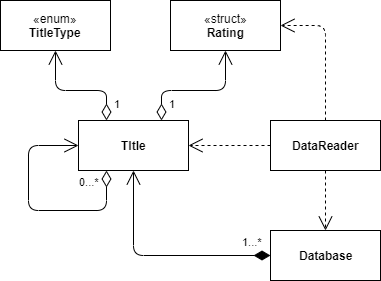
Before: Images/DiagramaUML.png, a diagram exported from draw.io (RodrigoPrinheiro/LP2_P1). Source tidied: cells renumbered, new cells last; positions are measured from the earlier drawing's top-left corner, leaving out a move shared by most shapes.
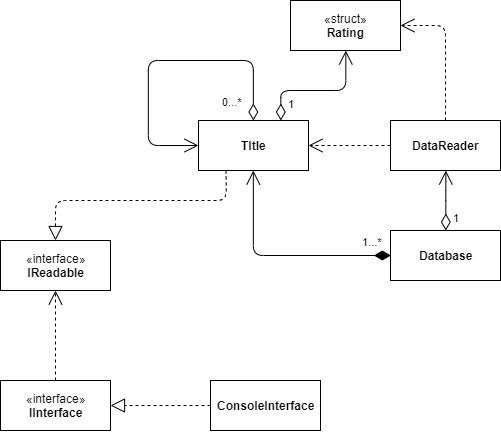
After the commit.

Commit message:
Updated readme and UML diagram

What changed in the source:
```diff
@@ -2,9 +2,6 @@
   <root>
     <mxCell id="0" />
     <mxCell id="1" parent="0" />
-    <mxCell id="2" value="«enum»&lt;br&gt;&lt;b&gt;TitleType&lt;/b&gt;" style="html=1;" parent="1" vertex="1">
-      <mxGeometry width="110" height="50" as="geometry" />
-    </mxCell>
     <mxCell id="3" value="&lt;b&gt;TItle&lt;br&gt;&lt;/b&gt;" style="html=1;" parent="1" vertex="1">
       <mxGeometry x="78" y="120" width="110" height="50" as="geometry" />
     </mxCell>
@@ -19,11 +16,11 @@
         </Array>
       </mxGeometry>
     </mxCell>
-    <mxCell id="6" value="0...*" style="endArrow=open;html=1;endSize=12;startArrow=diamondThin;startSize=14;startFill=0;edgeStyle=orthogonalEdgeStyle;align=left;verticalAlign=bottom;exitX=0.25;exitY=1;exitDx=0;exitDy=0;" parent="1" edge="1" source="3" target="3">
-      <mxGeometry x="-0.41" y="-20" relative="1" as="geometry">
+    <mxCell id="6" value="0...*" style="endArrow=open;html=1;endSize=12;startArrow=diamondThin;startSize=14;startFill=0;edgeStyle=orthogonalEdgeStyle;align=left;verticalAlign=bottom;exitX=0.5;exitY=0;exitDx=0;exitDy=0;" parent="1" edge="1" source="3" target="3">
+      <mxGeometry x="-0.38" y="50" relative="1" as="geometry">
         <Array as="points">
-          <mxPoint x="106" y="210" />
-          <mxPoint x="28" y="210" />
+          <mxPoint x="133" y="60" />
+          <mxPoint x="28" y="60" />
           <mxPoint x="28" y="145" />
         </Array>
       </mxGeometry>
@@ -31,23 +28,12 @@
     <mxCell id="7" style="endArrow=open;endSize=12;dashed=1;html=1;exitX=0;exitY=0.5;exitDx=0;exitDy=0;entryX=1;entryY=0.5;entryDx=0;entryDy=0;" parent="1" edge="1" source="4" target="3">
       <mxGeometry y="-25" relative="1" as="geometry" />
     </mxCell>
-    <mxCell id="8" value="&lt;br&gt;" style="endArrow=open;endSize=12;dashed=1;html=1;exitX=0.5;exitY=1;exitDx=0;exitDy=0;" parent="1" edge="1" source="4" target="9">
-      <mxGeometry x="-0.33" y="5" relative="1" as="geometry" />
-    </mxCell>
     <mxCell id="9" value="&lt;b&gt;Database&lt;br&gt;&lt;/b&gt;" style="html=1;" parent="1" vertex="1">
       <mxGeometry x="270" y="230" width="110" height="50" as="geometry" />
     </mxCell>
     <mxCell id="10" value="«struct»&lt;br&gt;&lt;b&gt;Rating&lt;/b&gt;" style="html=1;" parent="1" vertex="1">
       <mxGeometry x="170" width="110" height="50" as="geometry" />
     </mxCell>
-    <mxCell id="11" value="1" style="endArrow=open;html=1;endSize=12;startArrow=diamondThin;startSize=14;startFill=0;edgeStyle=orthogonalEdgeStyle;align=left;verticalAlign=bottom;exitX=0.25;exitY=0;exitDx=0;exitDy=0;entryX=0.5;entryY=1;entryDx=0;entryDy=0;" parent="1" edge="1" source="3" target="2">
-      <mxGeometry x="-0.87" y="-6" relative="1" as="geometry">
-        <Array as="points">
-          <mxPoint x="106" y="90" />
-          <mxPoint x="55" y="90" />
-        </Array>
-      </mxGeometry>
-    </mxCell>
     <mxCell id="12" style="endArrow=open;endSize=12;dashed=1;html=1;exitX=0.5;exitY=0;exitDx=0;exitDy=0;entryX=1;entryY=0.5;entryDx=0;entryDy=0;" parent="1" edge="1" source="4" target="10">
       <mxGeometry y="-25" relative="1" as="geometry">
         <Array as="points">
@@ -58,5 +44,38 @@
     <mxCell id="13" value="1...*" style="endArrow=open;html=1;endSize=12;startArrow=diamondThin;startSize=14;startFill=1;edgeStyle=orthogonalEdgeStyle;align=left;verticalAlign=bottom;exitX=0;exitY=0.5;exitDx=0;exitDy=0;entryX=0.5;entryY=1;entryDx=0;entryDy=0;" parent="1" edge="1" source="9" target="3">
       <mxGeometry x="-0.73" y="-5" relative="1" as="geometry" />
     </mxCell>
+    <mxCell id="14" value="«interface»&lt;br&gt;&lt;b&gt;IInterface&lt;br&gt;&lt;/b&gt;" style="html=1;" parent="1" vertex="1">
+      <mxGeometry x="-120" y="380" width="110" height="50" as="geometry" />
+    </mxCell>
+    <mxCell id="15" value="&lt;b&gt;ConsoleInterface&lt;br&gt;&lt;/b&gt;" style="html=1;" parent="1" vertex="1">
+      <mxGeometry x="90" y="380" width="110" height="50" as="geometry" />
+    </mxCell>
+    <mxCell id="16" value="«interface»&lt;br&gt;&lt;b&gt;IReadable&lt;br&gt;&lt;/b&gt;" style="html=1;" parent="1" vertex="1">
+      <mxGeometry x="-120" y="240" width="110" height="50" as="geometry" />
+    </mxCell>
+    <mxCell id="17" value="&lt;br&gt;" style="endArrow=open;endSize=12;dashed=1;html=1;exitX=0.5;exitY=0;exitDx=0;exitDy=0;entryX=0.5;entryY=1;entryDx=0;entryDy=0;" parent="1" edge="1" source="14" target="16">
+      <mxGeometry x="-0.33" y="5" relative="1" as="geometry" />
+    </mxCell>
+    <mxCell id="18" style="endArrow=block;dashed=1;endFill=0;endSize=12;html=1;exitX=0.25;exitY=1;exitDx=0;exitDy=0;entryX=0.5;entryY=0;entryDx=0;entryDy=0;" parent="1" edge="1" source="3" target="16">
+      <mxGeometry relative="1" as="geometry">
+        <Array as="points">
+          <mxPoint x="106" y="200" />
+          <mxPoint x="-65" y="200" />
+        </Array>
+      </mxGeometry>
+    </mxCell>
+    <mxCell id="11" value="1" style="endArrow=open;html=1;endSize=12;startArrow=diamondThin;startSize=14;startFill=0;edgeStyle=orthogonalEdgeStyle;align=left;verticalAlign=bottom;exitX=0.5;exitY=0;exitDx=0;exitDy=0;entryX=0.5;entryY=1;entryDx=0;entryDy=0;" parent="1" edge="1" source="9" target="4">
+      <mxGeometry x="-0.87" y="-6" relative="1" as="geometry">
+        <Array as="points">
+          <mxPoint x="325" y="190" />
+          <mxPoint x="325" y="190" />
+        </Array>
+      </mxGeometry>
+    </mxCell>
+    <mxCell id="19" style="endArrow=block;dashed=1;endFill=0;endSize=12;html=1;exitX=0;exitY=0.5;exitDx=0;exitDy=0;" parent="1" edge="1" source="15">
+      <mxGeometry relative="1" as="geometry">
+        <mxPoint x="-10" y="405" as="targetPoint" />
+      </mxGeometry>
+    </mxCell>
   </root>
 </mxGraphModel>
```
